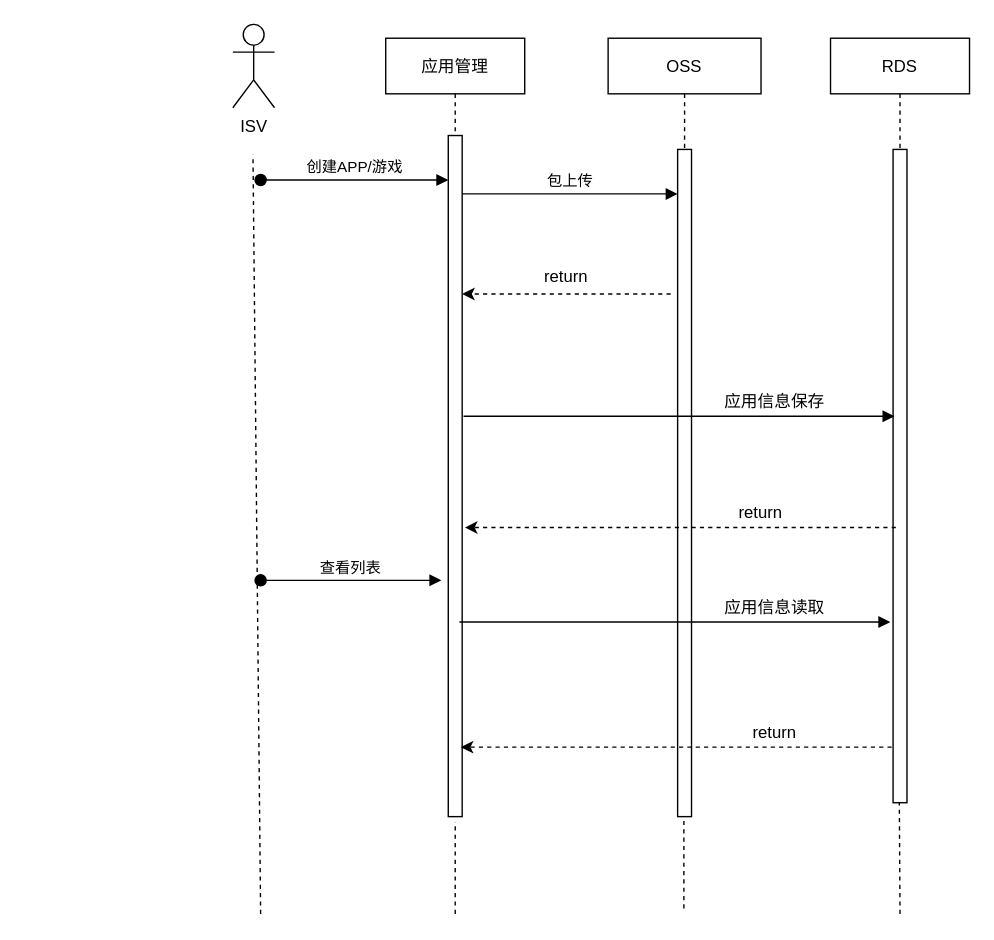
Before: ISV_flow.drawio in chenkangzeng/appstreaming, a draw.io diagram. Source tidied: cells renumbered, new cells numbered last; positions are measured from the earlier drawing's top-left corner, leaving out a move shared by most shapes. Both pictures are drawn from the tidied source at 139%, with x=0, y=0 at pixel (232, 24).
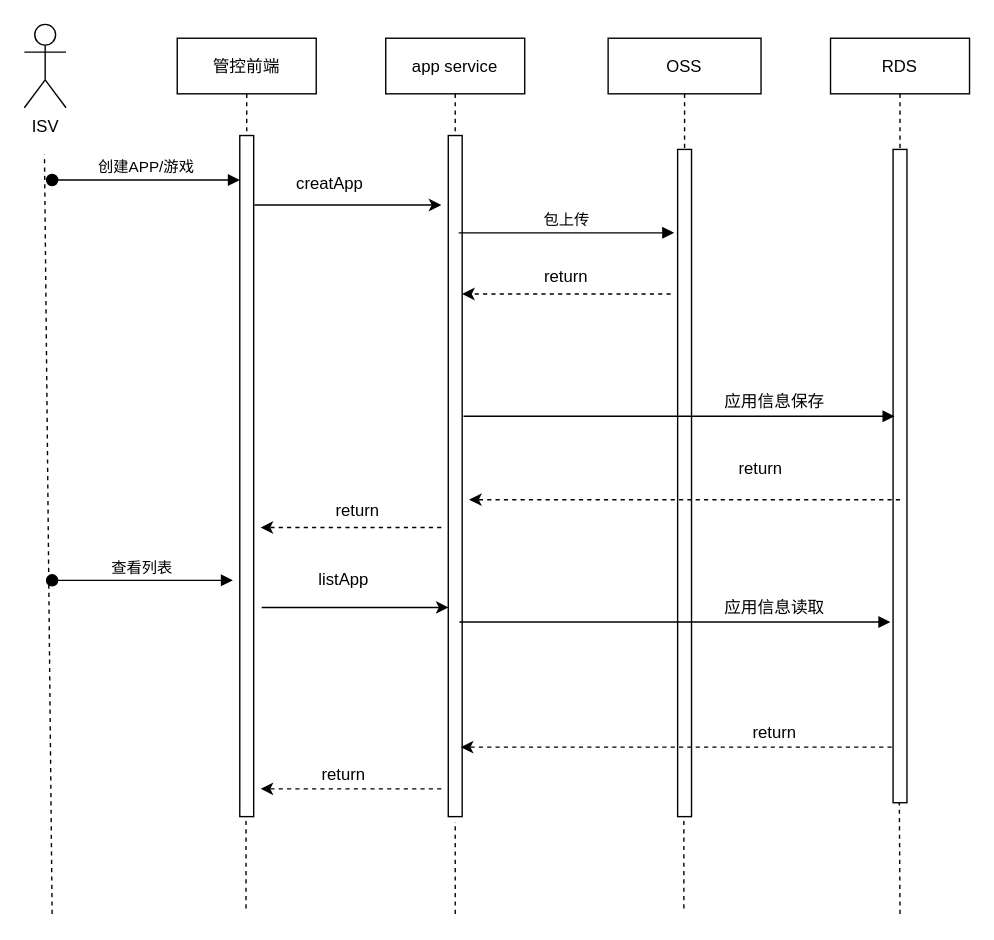
After the change.

The edit, as a diff of the source:
```diff
@@
-    <mxCell id="2" value="应用管理" style="shape=umlLifeline;perimeter=lifelinePerimeter;rounded=0;shadow=0;strokeWidth=1;" parent="1" vertex="1">
+    <mxCell id="2" value="app service" style="shape=umlLifeline;perimeter=lifelinePerimeter;rounded=0;shadow=0;strokeWidth=1;" parent="1" vertex="1">
       <mxGeometry x="110" y="10" width="100" height="560" as="geometry" />
     </mxCell>
@@
-    <mxCell id="4" value="创建APP/游戏" style="verticalAlign=bottom;startArrow=oval;endArrow=block;startSize=8;shadow=0;strokeWidth=1;" parent="2" edge="1">
-      <mxGeometry relative="1" as="geometry">
-        <mxPoint x="-90" y="102" as="sourcePoint" />
-        <mxPoint x="45" y="102" as="targetPoint" />
-      </mxGeometry>
-    </mxCell>
@@
     <mxCell id="7" value="包上传" style="verticalAlign=bottom;endArrow=block;entryX=0;entryY=0;shadow=0;strokeWidth=1;" parent="1" edge="1">
       <mxGeometry relative="1" as="geometry">
-        <mxPoint x="165" y="122" as="sourcePoint" />
-        <mxPoint x="320" y="122" as="targetPoint" />
+        <mxPoint x="162.5" y="150" as="sourcePoint" />
+        <mxPoint x="317.5" y="150" as="targetPoint" />
       </mxGeometry>
     </mxCell>
     <mxCell id="8" value="ISV" style="shape=umlActor;verticalLabelPosition=bottom;verticalAlign=top;html=1;" parent="1" vertex="1">
-      <mxGeometry width="30" height="60" as="geometry" />
+      <mxGeometry x="-150" width="30" height="60" as="geometry" />
     </mxCell>
@@
     <mxCell id="15" style="endArrow=classic;html=1;dashed=1;" parent="1" edge="1">
       <mxGeometry relative="1" as="geometry">
-        <mxPoint x="477" y="362" as="sourcePoint" />
-        <mxPoint x="167" y="362" as="targetPoint" />
+        <mxPoint x="480" y="342" as="sourcePoint" />
+        <mxPoint x="170" y="342" as="targetPoint" />
       </mxGeometry>
     </mxCell>
     <mxCell id="16" value="return" style="text;html=1;strokeColor=none;fillColor=none;align=center;verticalAlign=middle;whiteSpace=wrap;rounded=0;" parent="1" vertex="1">
-      <mxGeometry x="330" y="342" width="100" height="20" as="geometry" />
+      <mxGeometry x="330" y="310" width="100" height="20" as="geometry" />
     </mxCell>
-    <mxCell id="17" value="查看列表" style="verticalAlign=bottom;startArrow=oval;endArrow=block;startSize=8;shadow=0;strokeWidth=1;" parent="1" edge="1">
-      <mxGeometry relative="1" as="geometry">
-        <mxPoint x="20" y="400" as="sourcePoint" />
-        <mxPoint x="150" y="400" as="targetPoint" />
-      </mxGeometry>
-    </mxCell>
@@
     <mxCell id="25" style="endArrow=none;dashed=1;html=1;entryX=0.5;entryY=1.008;entryDx=0;entryDy=0;entryPerimeter=0;" parent="1" edge="1">
       <mxGeometry relative="1" as="geometry">
-        <mxPoint x="20" y="640" as="sourcePoint" />
-        <mxPoint x="14.5" y="93.9" as="targetPoint" />
+        <mxPoint x="-130" y="640" as="sourcePoint" />
+        <mxPoint x="-135.5" y="93.9" as="targetPoint" />
       </mxGeometry>
     </mxCell>
+    <mxCell id="26" value="管控前端" style="shape=umlLifeline;perimeter=lifelinePerimeter;rounded=0;shadow=0;strokeWidth=1;" parent="1" vertex="1">
+      <mxGeometry x="-40" y="10" width="100" height="560" as="geometry" />
+    </mxCell>
+    <mxCell id="27" style="perimeter=orthogonalPerimeter;rounded=0;shadow=0;strokeWidth=1;" parent="26" vertex="1">
+      <mxGeometry x="45" y="70" width="10" height="490" as="geometry" />
+    </mxCell>
+    <mxCell id="4" value="创建APP/游戏" style="verticalAlign=bottom;startArrow=oval;endArrow=block;startSize=8;shadow=0;strokeWidth=1;" parent="26" edge="1">
+      <mxGeometry relative="1" as="geometry">
+        <mxPoint x="-90" y="102" as="sourcePoint" />
+        <mxPoint x="45" y="102" as="targetPoint" />
+      </mxGeometry>
+    </mxCell>
+    <mxCell id="28" style="endArrow=classic;html=1;" parent="26" edge="1">
+      <mxGeometry relative="1" as="geometry">
+        <mxPoint x="55.5" y="120" as="sourcePoint" />
+        <mxPoint x="190" y="120" as="targetPoint" />
+      </mxGeometry>
+    </mxCell>
+    <mxCell id="17" value="查看列表" style="verticalAlign=bottom;startArrow=oval;endArrow=block;startSize=8;shadow=0;strokeWidth=1;" parent="1" edge="1">
+      <mxGeometry relative="1" as="geometry">
+        <mxPoint x="-130" y="400" as="sourcePoint" />
+        <mxPoint y="400" as="targetPoint" />
+        <Array as="points">
+          <mxPoint x="-70" y="400" />
+        </Array>
+      </mxGeometry>
+    </mxCell>
+    <mxCell id="29" style="endArrow=classic;html=1;dashed=1;" parent="1" edge="1">
+      <mxGeometry relative="1" as="geometry">
+        <mxPoint x="150" y="362" as="sourcePoint" />
+        <mxPoint x="20" y="362" as="targetPoint" />
+      </mxGeometry>
+    </mxCell>
+    <mxCell id="30" value="return" style="text;html=1;strokeColor=none;fillColor=none;align=center;verticalAlign=middle;whiteSpace=wrap;rounded=0;" parent="1" vertex="1">
+      <mxGeometry x="40" y="340" width="100" height="20" as="geometry" />
+    </mxCell>
+    <mxCell id="31" style="endArrow=classic;html=1;dashed=1;" parent="1" edge="1">
+      <mxGeometry relative="1" as="geometry">
+        <mxPoint x="150" y="550" as="sourcePoint" />
+        <mxPoint x="20" y="550" as="targetPoint" />
+      </mxGeometry>
+    </mxCell>
+    <mxCell id="32" value="return" style="text;html=1;strokeColor=none;fillColor=none;align=center;verticalAlign=middle;whiteSpace=wrap;rounded=0;" parent="1" vertex="1">
+      <mxGeometry x="30" y="530" width="100" height="20" as="geometry" />
+    </mxCell>
+    <mxCell id="33" style="endArrow=none;dashed=1;html=1;entryX=0.5;entryY=1.008;entryDx=0;entryDy=0;entryPerimeter=0;" parent="1" edge="1">
+      <mxGeometry relative="1" as="geometry">
+        <mxPoint x="9.5" y="636.1" as="sourcePoint" />
+        <mxPoint x="9.5" y="570" as="targetPoint" />
+      </mxGeometry>
+    </mxCell>
+    <mxCell id="34" value="creatApp" style="text;html=1;strokeColor=none;fillColor=none;align=center;verticalAlign=middle;whiteSpace=wrap;rounded=0;" parent="1" vertex="1">
+      <mxGeometry x="20" y="105" width="100" height="20" as="geometry" />
+    </mxCell>
+    <mxCell id="35" style="endArrow=classic;html=1;" parent="1" edge="1">
+      <mxGeometry relative="1" as="geometry">
+        <mxPoint x="20.8" y="419.5" as="sourcePoint" />
+        <mxPoint x="155.2" y="419.5" as="targetPoint" />
+      </mxGeometry>
+    </mxCell>
+    <mxCell id="36" value="listApp" style="text;html=1;strokeColor=none;fillColor=none;align=center;verticalAlign=middle;whiteSpace=wrap;rounded=0;" parent="1" vertex="1">
+      <mxGeometry x="30" y="390" width="100" height="20" as="geometry" />
+    </mxCell>
```
